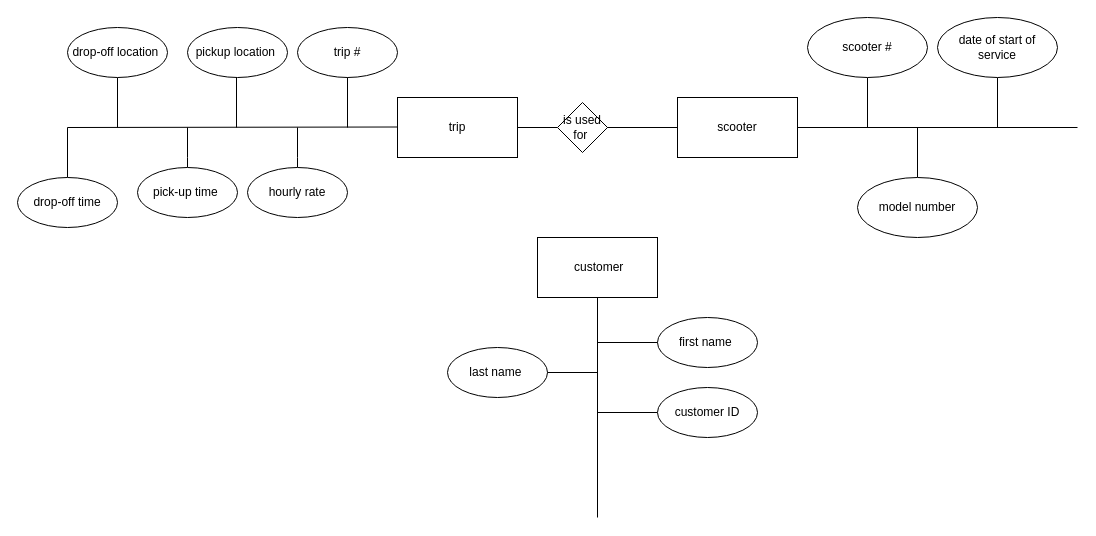
The draw.io diagram scooterScenario.drawio in victoriapuck15/ERdiagrams-, before the edit. Source tidied: cells renumbered, new cells numbered last; positions are measured from the earlier drawing's top-left corner, leaving out a move shared by most shapes. Both pictures are drawn from the tidied source at 100%, with x=0, y=0 at pixel (17, 17).
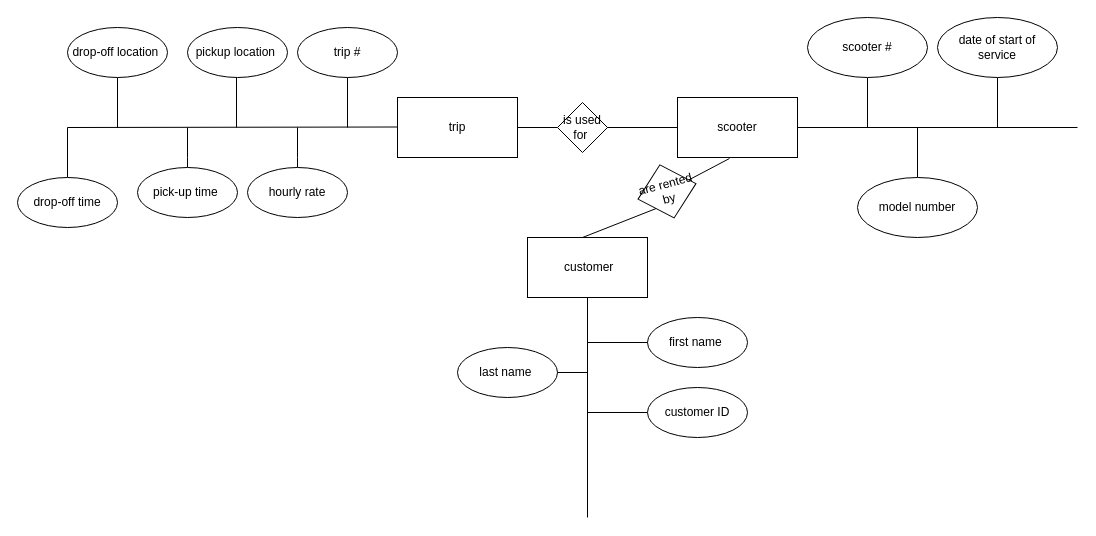
The same page after the edit.

Unchanged cells that the change refers to:
```xml
<mxCell id="2" value="scooter" style="rounded=0;whiteSpace=wrap;html=1;" parent="1" vertex="1">
  <mxGeometry x="660" y="80" width="120" height="60" as="geometry" />
</mxCell>
```

Diff of the diagram source:
```diff
@@
     <mxCell id="27" value="&amp;nbsp;customer" style="rounded=0;whiteSpace=wrap;html=1;" parent="1" vertex="1">
-      <mxGeometry x="520" y="220" width="120" height="60" as="geometry" />
+      <mxGeometry x="510" y="220" width="120" height="60" as="geometry" />
     </mxCell>
     <mxCell id="28" style="endArrow=none;html=1;rounded=0;entryX=0.5;entryY=1;entryDx=0;entryDy=0;" parent="1" edge="1" target="27">
       <mxGeometry relative="1" as="geometry">
-        <mxPoint x="580" y="500" as="sourcePoint" />
+        <mxPoint x="570" y="500" as="sourcePoint" />
       </mxGeometry>
     </mxCell>
     <mxCell id="29" value="first name&amp;nbsp;" style="ellipse;whiteSpace=wrap;html=1;" parent="1" vertex="1">
-      <mxGeometry x="640" y="300" width="100" height="50" as="geometry" />
+      <mxGeometry x="630" y="300" width="100" height="50" as="geometry" />
     </mxCell>
     <mxCell id="30" style="endArrow=none;html=1;rounded=0;" parent="1" edge="1" target="29">
       <mxGeometry relative="1" as="geometry">
-        <mxPoint x="580" y="325" as="sourcePoint" />
+        <mxPoint x="570" y="325" as="sourcePoint" />
       </mxGeometry>
     </mxCell>
     <mxCell id="31" style="line;strokeWidth=1;dashed=0;labelPosition=right;align=left;verticalAlign=middle;spacingTop=0;spacingLeft=6;" parent="1" vertex="1">
-      <mxGeometry x="520" y="350" width="60" height="10" as="geometry" />
+      <mxGeometry x="510" y="350" width="60" height="10" as="geometry" />
     </mxCell>
     <mxCell id="32" value="last name&amp;nbsp;" style="ellipse;whiteSpace=wrap;html=1;" parent="1" vertex="1">
-      <mxGeometry x="430" y="330" width="100" height="50" as="geometry" />
+      <mxGeometry x="440" y="330" width="100" height="50" as="geometry" />
     </mxCell>
     <mxCell id="33" style="line;strokeWidth=1;dashed=0;labelPosition=right;align=left;verticalAlign=middle;spacingTop=0;spacingLeft=6;" parent="1" vertex="1">
-      <mxGeometry x="580" y="390" width="60" height="10" as="geometry" />
+      <mxGeometry x="570" y="390" width="60" height="10" as="geometry" />
     </mxCell>
     <mxCell id="34" value="customer ID" style="ellipse;whiteSpace=wrap;html=1;" parent="1" vertex="1">
-      <mxGeometry x="640" y="370" width="100" height="50" as="geometry" />
+      <mxGeometry x="630" y="370" width="100" height="50" as="geometry" />
     </mxCell>
+    <mxCell id="35" style="endArrow=none;html=1;rounded=0;entryX=0.433;entryY=1.017;entryDx=0;entryDy=0;entryPerimeter=0;startArrow=none;" parent="1" edge="1" source="36" target="2">
+      <mxGeometry relative="1" as="geometry" />
+    </mxCell>
+    <mxCell id="36" value="are rented by" style="shape=rhombus;perimeter=rhombusPerimeter;whiteSpace=wrap;html=1;align=center;rotation=-15;" parent="1" vertex="1">
+      <mxGeometry x="619.5" y="146.4" width="60" height="55" as="geometry" />
+    </mxCell>
+    <mxCell id="37" style="endArrow=none;html=1;rounded=0;entryX=0;entryY=1;entryDx=0;entryDy=0;" parent="1" edge="1" target="36">
+      <mxGeometry relative="1" as="geometry">
+        <mxPoint x="565" y="220" as="sourcePoint" />
+      </mxGeometry>
+    </mxCell>
```
